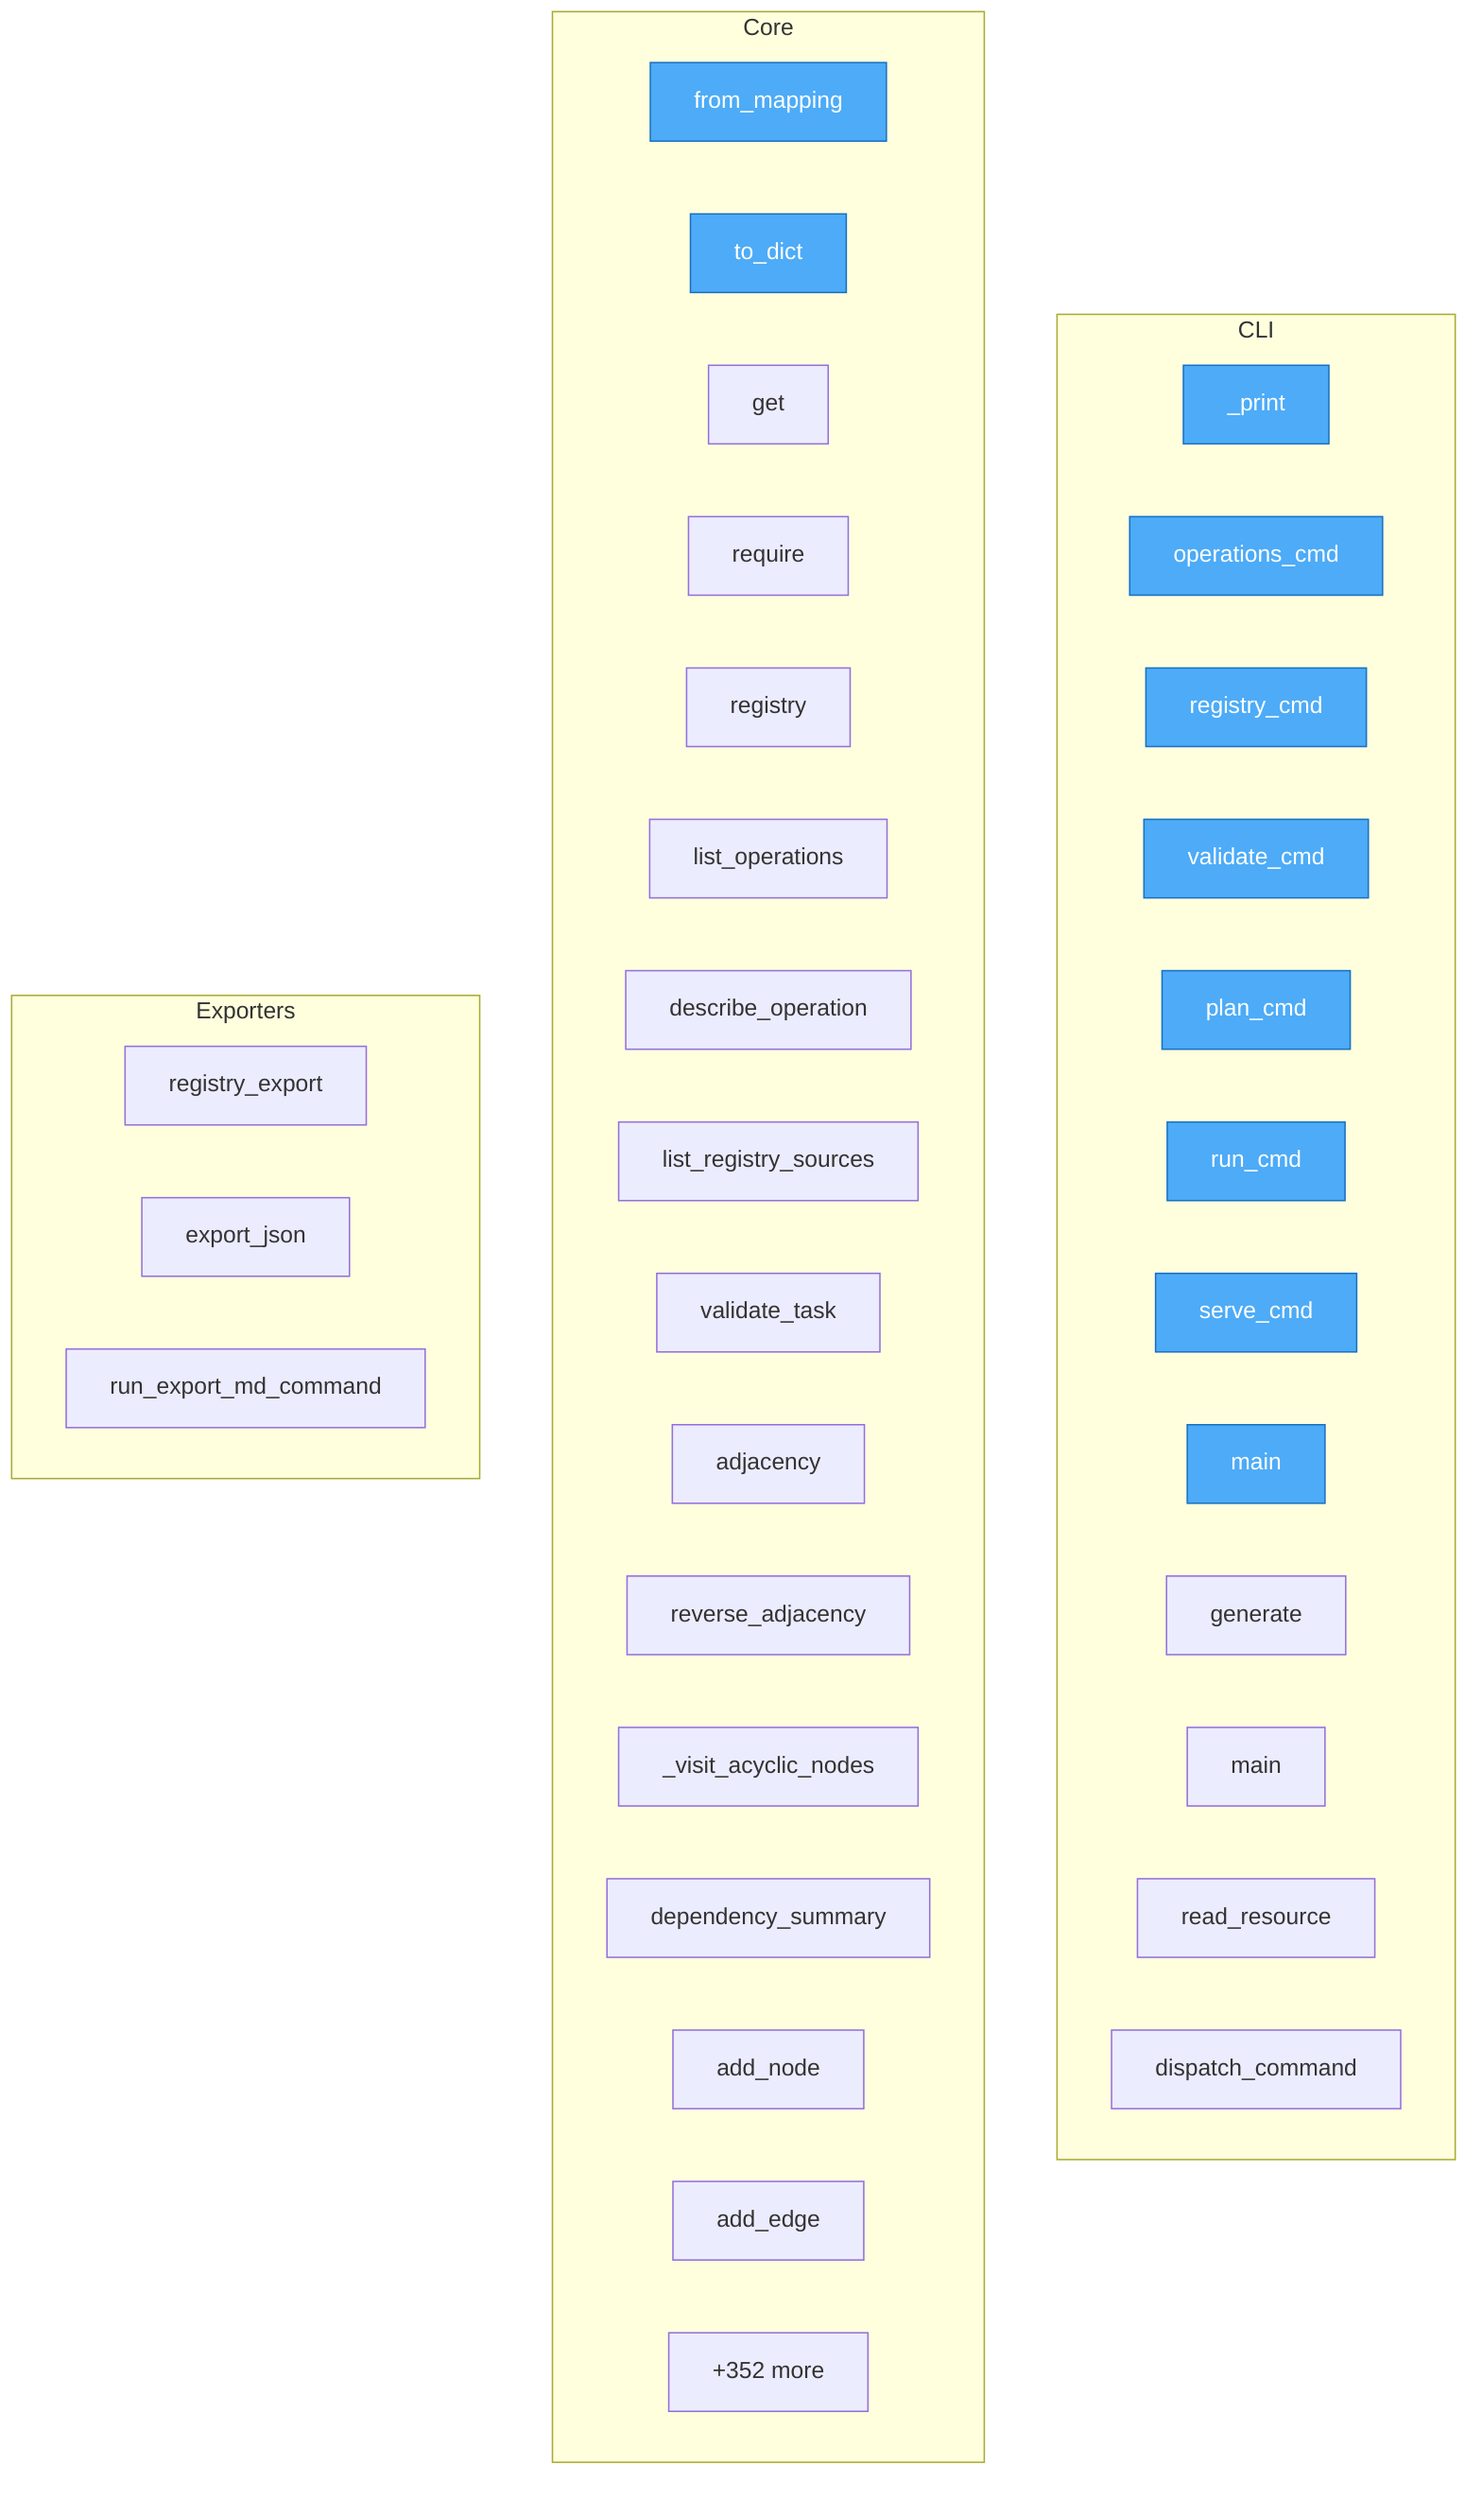
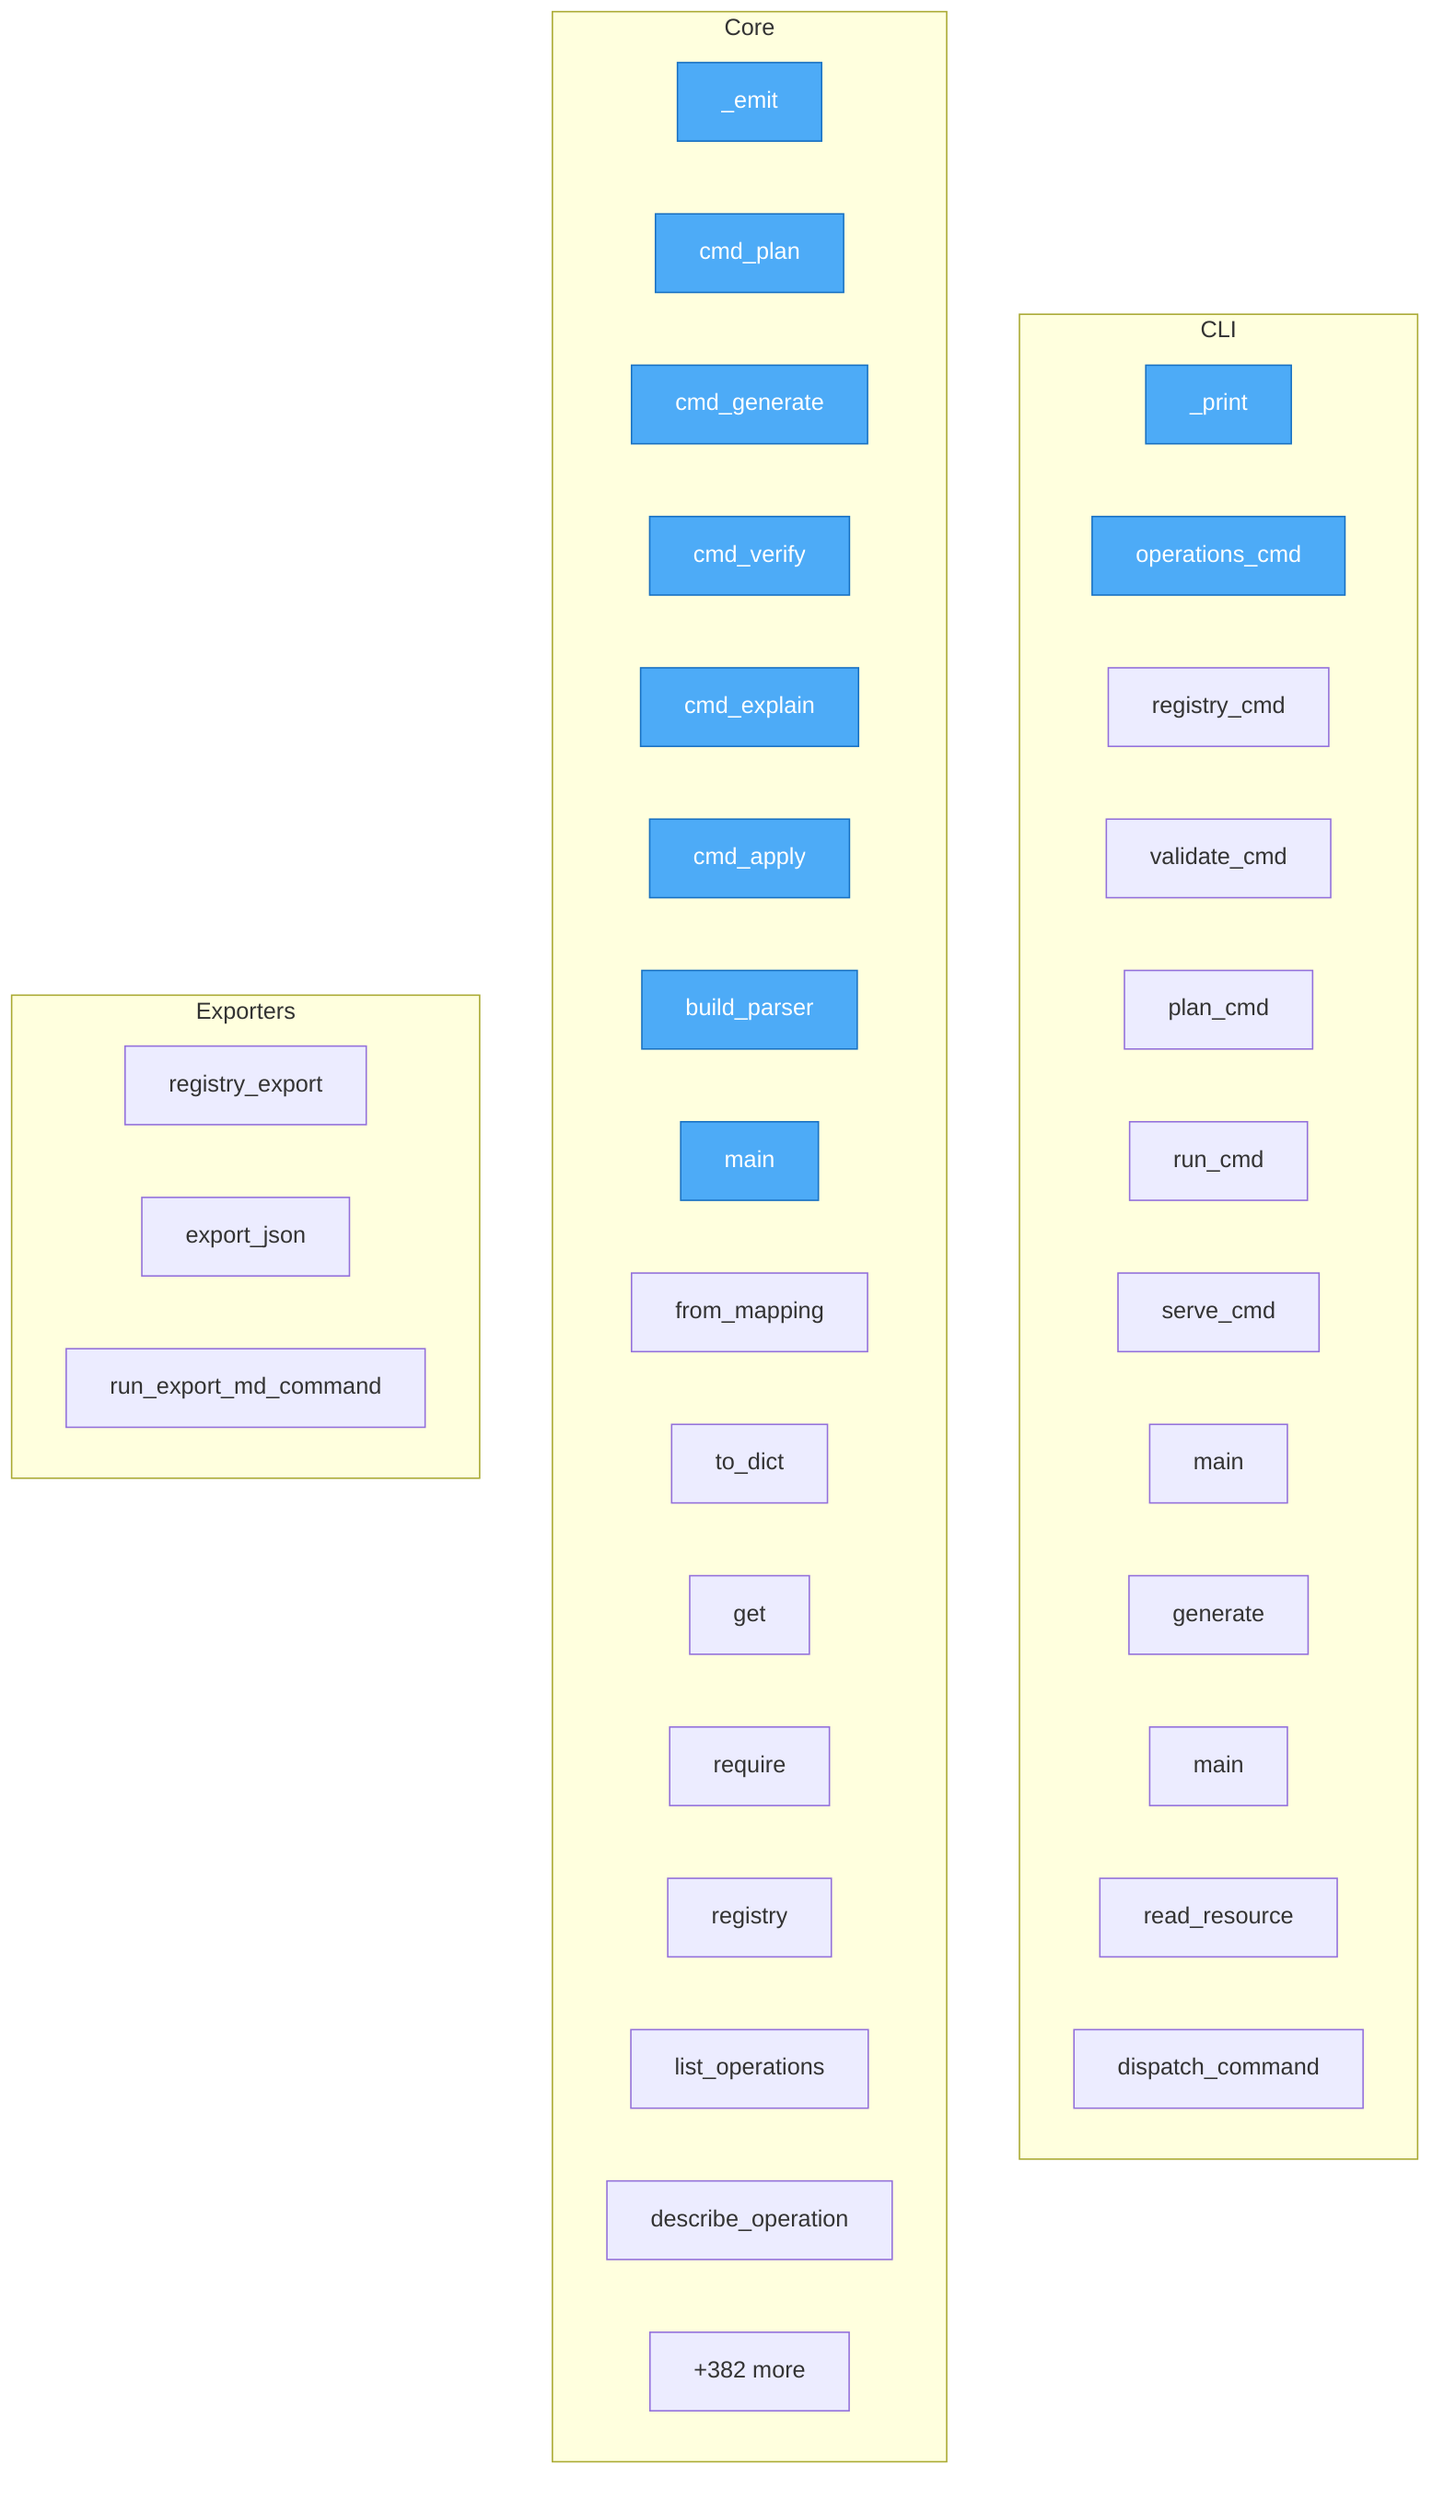
flowchart TD
- %% generated in 0.04s
+ %% generated in 0.08s

    %% Entry points (blue)
    classDef entry fill:#4dabf7,stroke:#1971c2,color:#fff

    subgraph CLI
        uri2ops__cli___print["_print"]
        uri2ops__cli__operations_cmd["operations_cmd"]
        uri2ops__cli__registry_cmd["registry_cmd"]
        uri2ops__cli__validate_cmd["validate_cmd"]
        uri2ops__cli__plan_cmd["plan_cmd"]
        uri2ops__cli__run_cmd["run_cmd"]
        uri2ops__cli__serve_cmd["serve_cmd"]
        uri2ops__cli__main["main"]
        nl2a__cli__generate["generate"]
        nl2a__cli__main["main"]
        runtime_client__client__ResourceRuntimeClient__read_resource["read_resource"]
        runtime_client__client__ResourceRuntimeClient__dispatch_command["dispatch_command"]
    end

    subgraph Core
+         packages__urigen__urigen__cli___emit["_emit"]
+         packages__urigen__urigen__cli__cmd_plan["cmd_plan"]
+         packages__urigen__urigen__cli__cmd_generate["cmd_generate"]
+         packages__urigen__urigen__cli__cmd_verify["cmd_verify"]
+         packages__urigen__urigen__cli__cmd_explain["cmd_explain"]
+         packages__urigen__urigen__cli__cmd_apply["cmd_apply"]
+         packages__urigen__urigen__cli__build_parser["build_parser"]
+         packages__urigen__urigen__cli__main["main"]
        uri2ops__operation_registry__models__OperationSpec__from_mapping["from_mapping"]
        uri2ops__operation_registry__models__OperationSpec__to_dict["to_dict"]
        uri2ops__operation_registry__models__OperationRegistry__get["get"]
        uri2ops__operation_registry__models__OperationRegistry__require["require"]
        uri2ops__server__service__OperatorService__registry["registry"]
        uri2ops__server__service__OperatorService__list_operations["list_operations"]
        uri2ops__server__service__OperatorService__describe_operation["describe_operation"]
-         uri2ops__server__service__OperatorService__list_registry_sources["list_registry_sources"]
-         uri2ops__server__service__OperatorService__validate_task["validate_task"]
-         packages__uri3__uri3__graph__dependency_graph__adjacency["adjacency"]
-         packages__uri3__uri3__graph__dependency_graph__reverse_adjacency["reverse_adjacency"]
-         packages__uri3__uri3__graph__dependency_graph___visit_acyclic_nodes["_visit_acyclic_nodes"]
-         packages__uri3__uri3__graph__dependency_graph__dependency_summary["dependency_summary"]
-         uri3__graph__uri_graph__UriGraph__add_node["add_node"]
-         uri3__graph__uri_graph__UriGraph__add_edge["add_edge"]
-         ...["+352 more"]
+         ...["+382 more"]
    end

    subgraph Exporters
        uri2ops__server__service__OperatorService__registry_export["registry_export"]
        hypervisor__contract_registry__registry_exporter__export_json["export_json"]
        packages__resource_agent_hypervisor__hypervisor__contract_registry__cli_commands__run_export_md_command["run_export_md_command"]
    end

-     class uri2ops__cli___print,uri2ops__cli__operations_cmd,uri2ops__cli__registry_cmd,uri2ops__cli__validate_cmd,uri2ops__cli__plan_cmd,uri2ops__cli__run_cmd,uri2ops__cli__serve_cmd,uri2ops__cli__main,uri2ops__operation_registry__models__OperationSpec__from_mapping,uri2ops__operation_registry__models__OperationSpec__to_dict entry
+     class packages__urigen__urigen__cli___emit,packages__urigen__urigen__cli__cmd_plan,packages__urigen__urigen__cli__cmd_generate,packages__urigen__urigen__cli__cmd_verify,packages__urigen__urigen__cli__cmd_explain,packages__urigen__urigen__cli__cmd_apply,packages__urigen__urigen__cli__build_parser,packages__urigen__urigen__cli__main,uri2ops__cli___print,uri2ops__cli__operations_cmd entry
